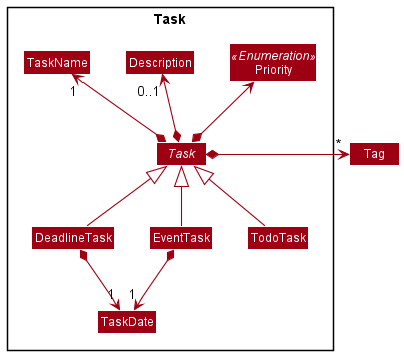
nus-cs2103-AY2122S1/tp keeps this PlantUML diagram as docs/images/TaskClassDiagram.png. Above is the earlier version. Its diagram source:
```plantuml
@startuml
!include style.puml
skinparam arrowThickness 1.1
skinparam arrowColor MODEL_COLOR
skinparam classBackgroundColor MODEL_COLOR

Package Task <<Rectangle>>{
abstract Class Task
Class TaskName
Class Description
Class TaskDate
enum Priority <<Enumeration>>
Class TodoTask
Class EventTask
Class DeadlineTask
}

Task *-up-> "1"TaskName
Task *-up-> "0..1"Description
Task *-up-> Priority
Task *-right-> "*" Tag

TodoTask -up-|> Task
EventTask -up-|> Task
DeadlineTask -up-|> Task

TodoTask -[hidden]left- EventTask
EventTask -[hidden]left- DeadlineTask

DeadlineTask *--> "1" TaskDate
EventTask *--> "1" TaskDate

@enduml
```
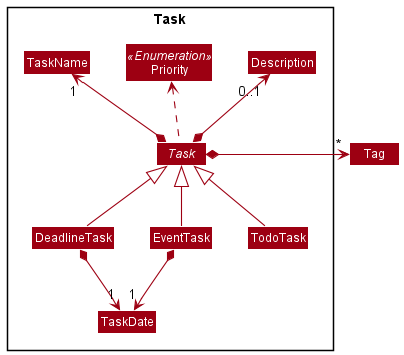
The same file after the commit.

What changed in the source:
```diff
@@ -4,7 +4,7 @@
 skinparam arrowColor MODEL_COLOR
 skinparam classBackgroundColor MODEL_COLOR
 
-Package Task <<Rectangle>>{
+Package Task <<Rectangle>> {
 abstract Class Task
 Class TaskName
 Class Description
@@ -16,9 +16,9 @@
 }
 
 Task *-up-> "1"TaskName
+Task .up.> Priority
 Task *-up-> "0..1"Description
-Task *-up-> Priority
-Task *-right-> "*" Tag
+Task *-right-> "*"Tag
 
 TodoTask -up-|> Task
 EventTask -up-|> Task
```
